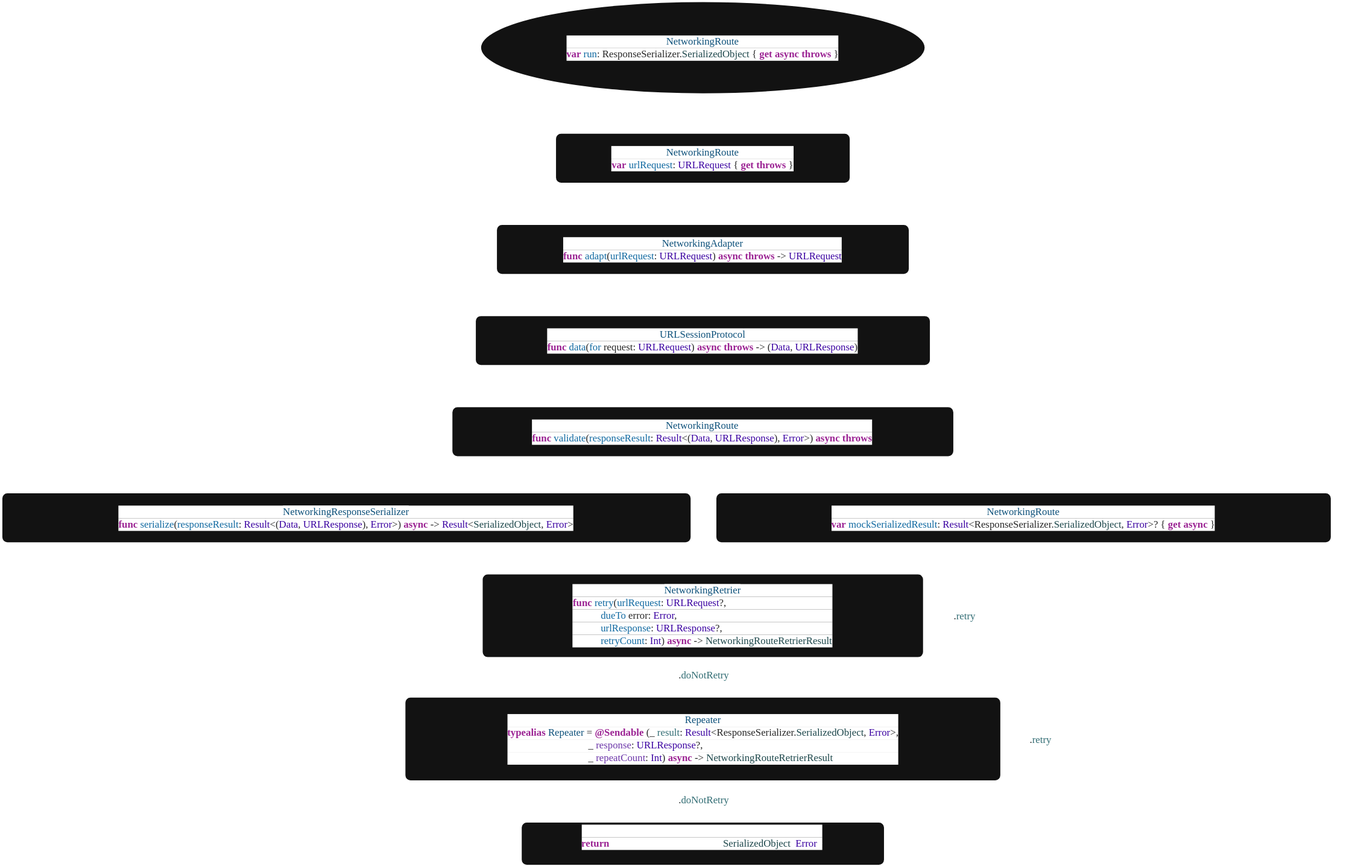
Earlier version of the draw.io export Sources/PopNetworking.docc/Resources/popnetworking_diagram~dark.svg (djk12587/PopNetworking). Source tidied: cells renumbered, new cells last; positions are measured from the earlier drawing's top-left corner, leaving out a move shared by most shapes.
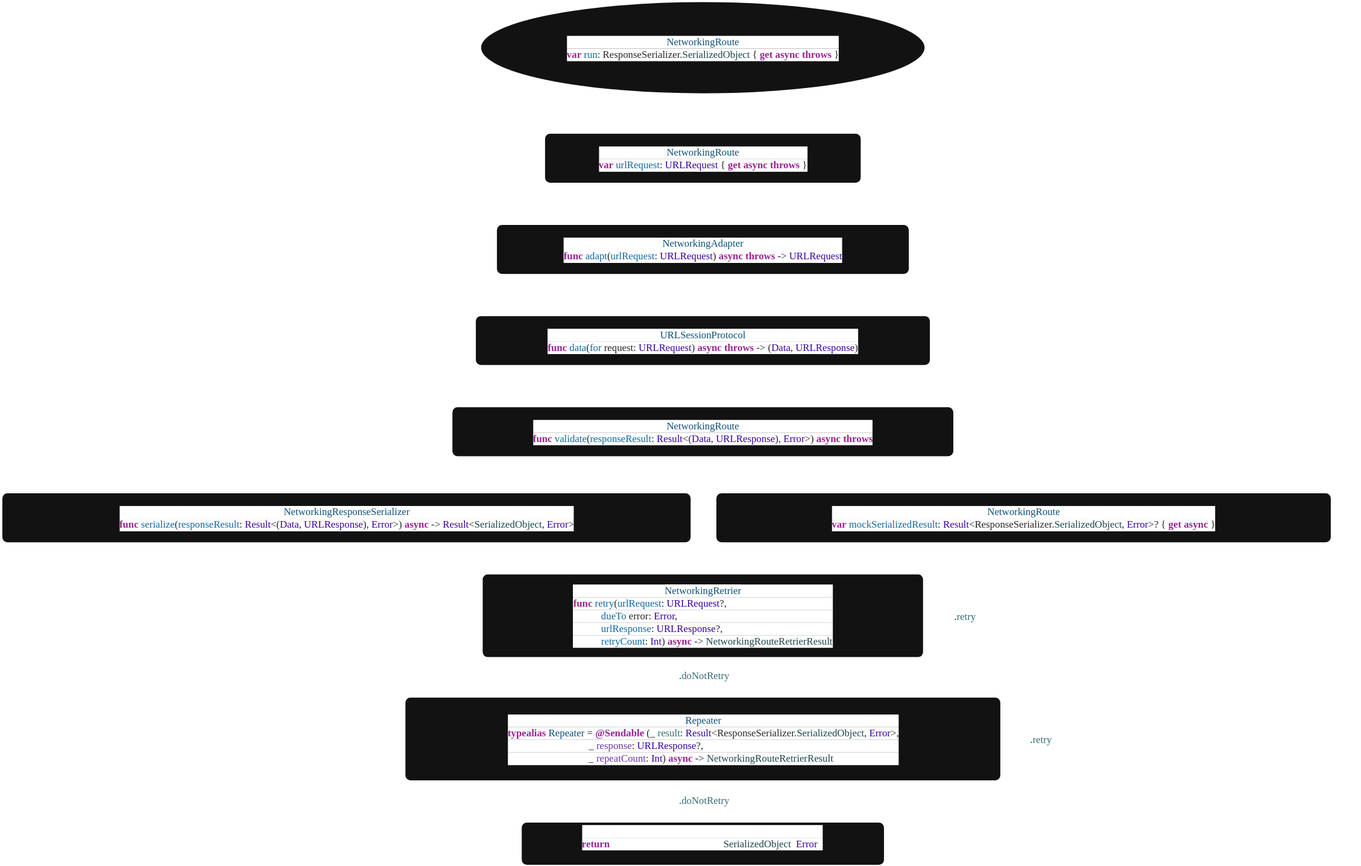
After the commit.

Change to the diagram source:
```diff
@@ -11,8 +11,8 @@
     <mxCell id="4" style="edgeStyle=orthogonalEdgeStyle;shape=connector;rounded=0;jumpStyle=arc;jumpSize=12;jettySize=auto;html=1;entryX=0.5;entryY=0;entryDx=0;entryDy=0;strokeColor=default;align=center;verticalAlign=middle;fontFamily=Helvetica;fontSize=11;fontColor=default;labelBackgroundColor=default;endArrow=classic;" parent="1" edge="1" source="5" target="8">
       <mxGeometry relative="1" as="geometry" />
     </mxCell>
-    <mxCell id="5" value="&lt;p style=&quot;margin: 0px; font-style: normal; font-variant-caps: normal; font-width: normal; line-height: normal; font-family: Menlo; font-size-adjust: none; font-kerning: auto; font-variant-alternates: normal; font-variant-ligatures: normal; font-variant-numeric: normal; font-variant-east-asian: normal; font-variant-position: normal; font-feature-settings: normal; font-optical-sizing: auto; font-variation-settings: normal; color: rgb(11, 79, 121); background-color: rgb(255, 255, 255);&quot;&gt;NetworkingRoute&lt;/p&gt;&lt;p style=&quot;margin: 0px; font-style: normal; font-variant-caps: normal; font-weight: normal; font-width: normal; font-size: 12px; line-height: normal; font-family: Menlo; font-size-adjust: none; font-kerning: auto; font-variant-alternates: normal; font-variant-ligatures: normal; font-variant-numeric: normal; font-variant-east-asian: normal; font-variant-position: normal; font-feature-settings: normal; font-optical-sizing: auto; font-variation-settings: normal; color: rgb(155, 35, 147); background-color: rgb(255, 255, 255);&quot;&gt;&lt;b&gt;var&lt;/b&gt;&lt;span style=&quot;color: rgba(0, 0, 0, 0.85);&quot;&gt; &lt;/span&gt;&lt;span style=&quot;color: rgb(15, 104, 160);&quot;&gt;urlRequest&lt;/span&gt;&lt;span style=&quot;color: rgba(0, 0, 0, 0.85);&quot;&gt;: &lt;/span&gt;&lt;span style=&quot;color: rgb(57, 0, 160);&quot;&gt;URLRequest&lt;/span&gt;&lt;span style=&quot;color: rgba(0, 0, 0, 0.85);&quot;&gt; { &lt;/span&gt;&lt;b&gt;get&lt;/b&gt;&lt;span style=&quot;color: rgba(0, 0, 0, 0.85);&quot;&gt; &lt;/span&gt;&lt;b&gt;throws&lt;/b&gt;&lt;span style=&quot;color: rgba(0, 0, 0, 0.85);&quot;&gt; }&lt;/span&gt;&lt;/p&gt;" style="rounded=1;whiteSpace=wrap;html=1;absoluteArcSize=1;arcSize=14;strokeWidth=2;fillColor=light-dark(#FFFFFF,#121212);" parent="1" vertex="1">
-      <mxGeometry x="656" y="156" width="350" height="60" as="geometry" />
+    <mxCell id="5" value="&lt;p style=&quot;margin: 0px; font-style: normal; font-variant-caps: normal; font-width: normal; line-height: normal; font-family: Menlo; font-size-adjust: none; font-kerning: auto; font-variant-alternates: normal; font-variant-ligatures: normal; font-variant-numeric: normal; font-variant-east-asian: normal; font-variant-position: normal; font-feature-settings: normal; font-optical-sizing: auto; font-variation-settings: normal; color: rgb(11, 79, 121); background-color: rgb(255, 255, 255);&quot;&gt;NetworkingRoute&lt;/p&gt;&lt;p style=&quot;margin: 0px; font-style: normal; font-variant-caps: normal; font-weight: normal; font-width: normal; font-size: 12px; line-height: normal; font-family: Menlo; font-size-adjust: none; font-kerning: auto; font-variant-alternates: normal; font-variant-ligatures: normal; font-variant-numeric: normal; font-variant-east-asian: normal; font-variant-position: normal; font-feature-settings: normal; font-optical-sizing: auto; font-variation-settings: normal; color: rgb(155, 35, 147); background-color: rgb(255, 255, 255);&quot;&gt;&lt;b&gt;var&lt;/b&gt;&lt;span style=&quot;color: rgba(0, 0, 0, 0.85);&quot;&gt; &lt;/span&gt;&lt;span style=&quot;color: rgb(15, 104, 160);&quot;&gt;urlRequest&lt;/span&gt;&lt;span style=&quot;color: rgba(0, 0, 0, 0.85);&quot;&gt;: &lt;/span&gt;&lt;span style=&quot;color: rgb(57, 0, 160);&quot;&gt;URLRequest&lt;/span&gt;&lt;span style=&quot;color: rgba(0, 0, 0, 0.85);&quot;&gt; { &lt;/span&gt;&lt;b&gt;get async&lt;/b&gt;&lt;span style=&quot;color: rgba(0, 0, 0, 0.85);&quot;&gt; &lt;/span&gt;&lt;b&gt;throws&lt;/b&gt;&lt;span style=&quot;color: rgba(0, 0, 0, 0.85);&quot;&gt; }&lt;/span&gt;&lt;/p&gt;" style="rounded=1;whiteSpace=wrap;html=1;absoluteArcSize=1;arcSize=14;strokeWidth=2;fillColor=light-dark(#FFFFFF,#121212);" parent="1" vertex="1">
+      <mxGeometry x="643" y="156" width="376" height="60" as="geometry" />
     </mxCell>
     <mxCell id="6" style="edgeStyle=orthogonalEdgeStyle;shape=connector;rounded=0;jumpStyle=arc;jumpSize=12;jettySize=auto;html=1;entryX=0.5;entryY=0;entryDx=0;entryDy=0;strokeColor=default;align=center;verticalAlign=middle;fontFamily=Helvetica;fontSize=11;fontColor=default;labelBackgroundColor=default;endArrow=classic;exitX=0.75;exitY=1;exitDx=0;exitDy=0;dashed=1;" parent="1" edge="1" source="8" target="26">
       <mxGeometry relative="1" as="geometry">
```
